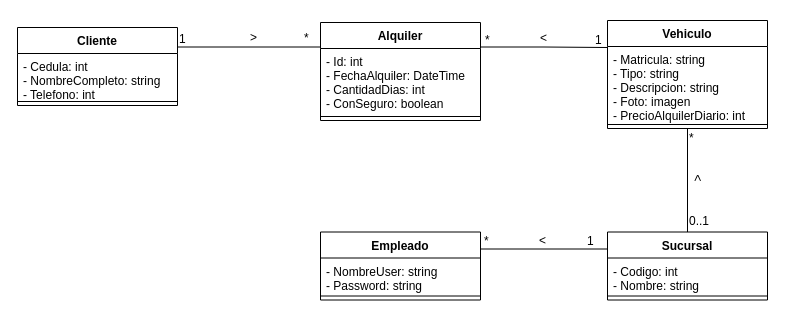
Before: Diagramas/ModeloConceptual.drawio in KaTTNico/BIOSRent, a draw.io diagram. Source tidied: cells renumbered, new cells numbered last; positions are measured from the earlier drawing's top-left corner, leaving out a move shared by most shapes. Both pictures are drawn from the tidied source at 100%, with x=0, y=0 at pixel (17, 20).
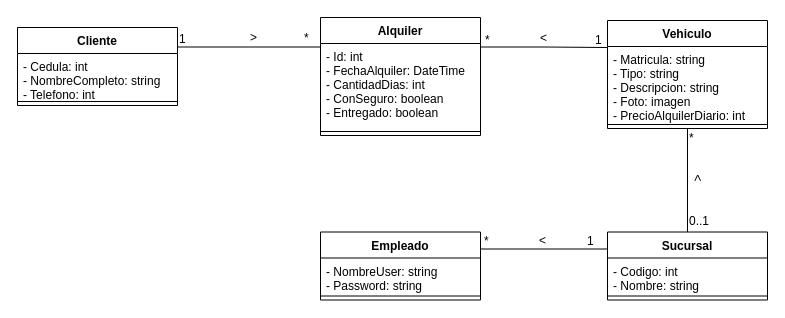
Above is the later version.

What changed in the source:
```diff
@@
     <mxCell id="18" value="Alquiler" style="swimlane;fontStyle=1;align=center;verticalAlign=top;horizontal=1;startSize=26;" parent="1" vertex="1">
-      <mxGeometry x="303" y="2" width="160" height="98" as="geometry" />
+      <mxGeometry x="303" y="-3" width="160" height="118" as="geometry" />
     </mxCell>
-    <mxCell id="19" value="- Id: int&#10;- FechaAlquiler: DateTime&#10;- CantidadDias: int&#10;- ConSeguro: boolean" style="text;strokeColor=none;fillColor=none;align=left;verticalAlign=top;spacingLeft=4;spacingRight=4;overflow=hidden;" parent="18" vertex="1">
-      <mxGeometry y="26" width="160" height="64" as="geometry" />
+    <mxCell id="19" value="- Id: int&#10;- FechaAlquiler: DateTime&#10;- CantidadDias: int&#10;- ConSeguro: boolean&#10;- Entregado: boolean&#10;" style="text;strokeColor=none;fillColor=none;align=left;verticalAlign=top;spacingLeft=4;spacingRight=4;overflow=hidden;" parent="18" vertex="1">
+      <mxGeometry y="26" width="160" height="84" as="geometry" />
     </mxCell>
     <mxCell id="20" style="line;strokeWidth=1;fillColor=none;align=left;verticalAlign=middle;spacingTop=-1;spacingLeft=3;spacingRight=3;labelPosition=right;" parent="18" vertex="1">
-      <mxGeometry y="90" width="160" height="8" as="geometry" />
+      <mxGeometry y="110" width="160" height="8" as="geometry" />
     </mxCell>
```
